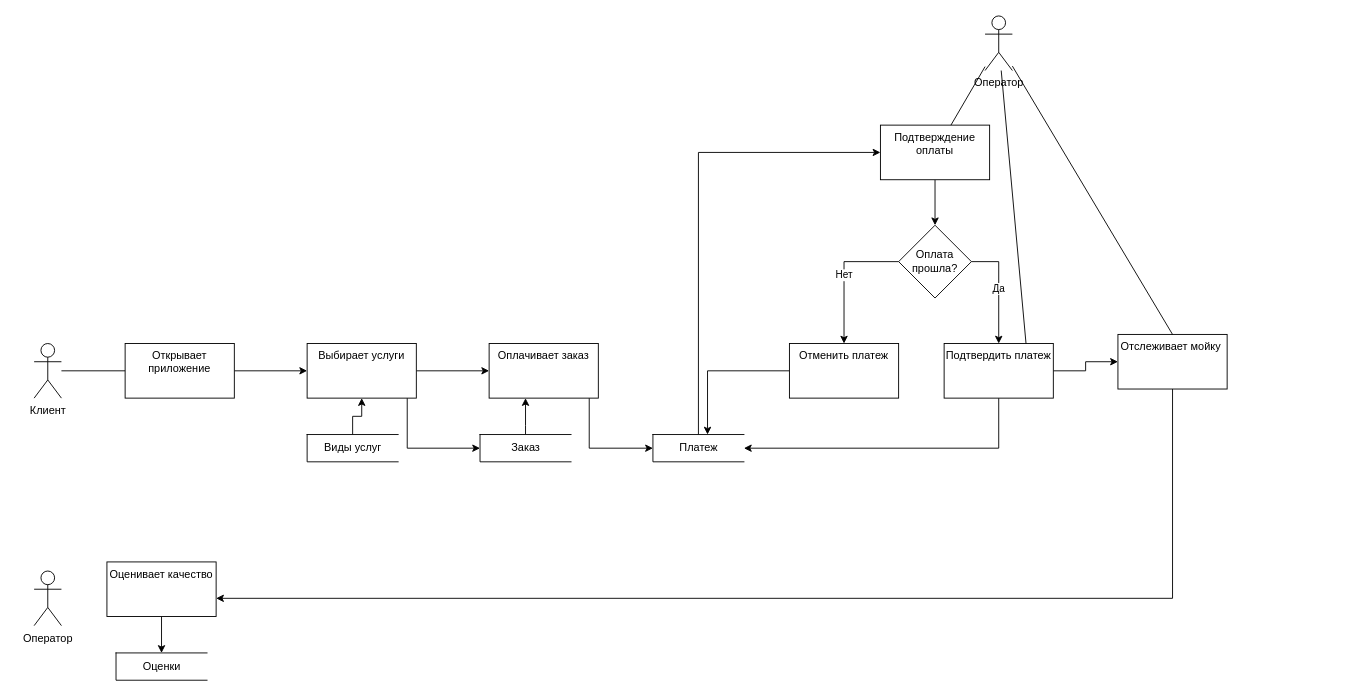
Before: page "DFD" (2 of 2) of Diagram_1.drawio in vitaliyepikhin/Automated-Car-Wash, a draw.io diagram. Source tidied: cells renumbered, new cells numbered last; positions are measured from the earlier drawing's top-left corner, leaving out a move shared by most shapes. Both pictures are drawn from the tidied source at 91%, with x=0, y=0 at pixel (34, 15).
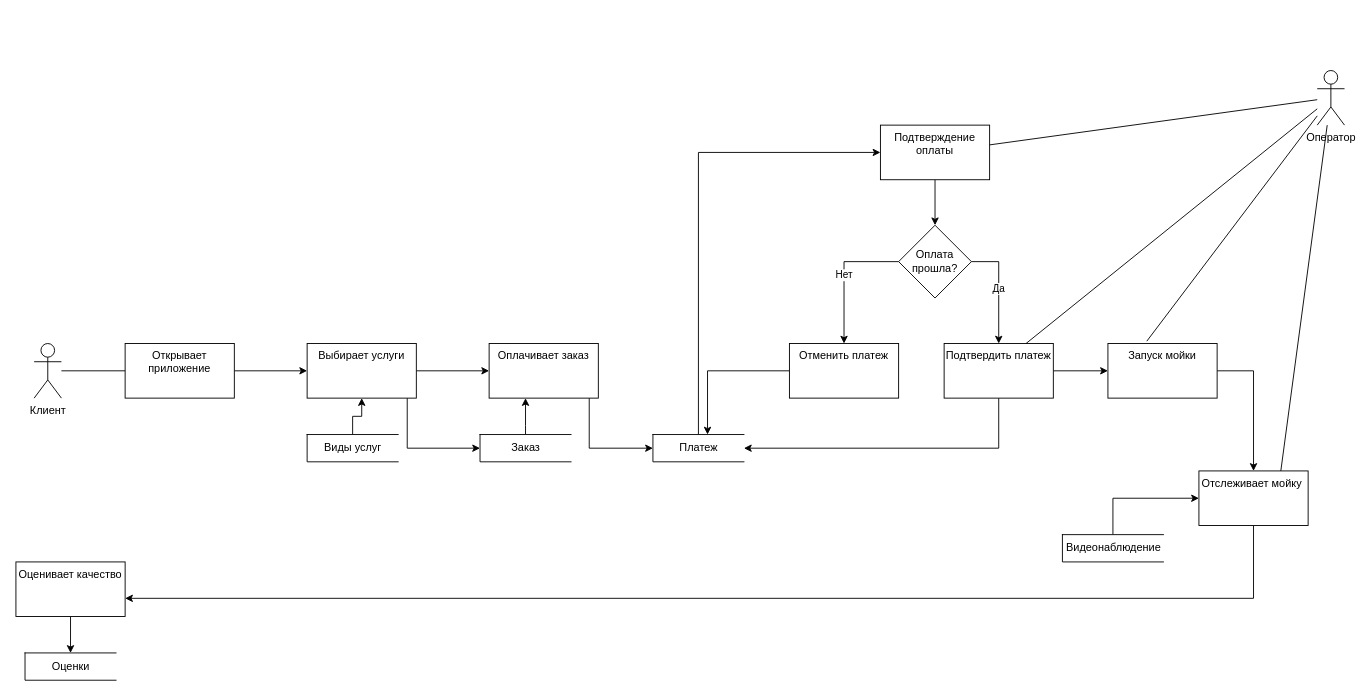
After the change.

The change refers to these unchanged cells:
```xml
<mxCell id="32" value="Подтвердить платеж" style="whiteSpace=wrap;html=1;verticalAlign=top;" parent="1" vertex="1">
  <mxGeometry x="1000" y="360" width="120" height="60" as="geometry" />
</mxCell>
```

Change to the diagram source:
```diff
@@
     <mxCell id="12" style="edgeStyle=orthogonalEdgeStyle;rounded=0;jettySize=auto;html=1;" parent="1" edge="1" source="13" target="15">
       <mxGeometry relative="1" as="geometry">
         <Array as="points">
-          <mxPoint x="1251" y="640" />
+          <mxPoint x="1340" y="640" />
         </Array>
       </mxGeometry>
     </mxCell>
     <mxCell id="13" value="Отслеживает мойку&amp;nbsp;" style="whiteSpace=wrap;html=1;verticalAlign=top;" parent="1" vertex="1">
-      <mxGeometry x="1191" y="350" width="120" height="60" as="geometry" />
+      <mxGeometry x="1280" y="500" width="120" height="60" as="geometry" />
     </mxCell>
@@
     <mxCell id="15" value="Оценивает качество" style="whiteSpace=wrap;html=1;verticalAlign=top;" parent="1" vertex="1">
-      <mxGeometry x="80" y="600" width="120" height="60" as="geometry" />
+      <mxGeometry x="-20" y="600" width="120" height="60" as="geometry" />
     </mxCell>
@@
     <mxCell id="18" value="Оператор" style="shape=umlActor;verticalLabelPosition=bottom;verticalAlign=top;html=1;outlineConnect=0;" parent="1" vertex="1">
-      <mxGeometry x="1045" width="30" height="60" as="geometry" />
+      <mxGeometry x="1410" y="60" width="30" height="60" as="geometry" />
     </mxCell>
     <mxCell id="19" value="Оценки" style="html=1;dashed=0;whitespace=wrap;shape=partialRectangle;right=0;" parent="1" vertex="1">
-      <mxGeometry x="90" y="700" width="100" height="30" as="geometry" />
+      <mxGeometry x="-10" y="700" width="100" height="30" as="geometry" />
     </mxCell>
@@
-    <mxCell id="24" value="Оператор" style="shape=umlActor;verticalLabelPosition=bottom;verticalAlign=top;html=1;" parent="1" vertex="1">
-      <mxGeometry y="610" width="30" height="60" as="geometry" />
-    </mxCell>
-    <mxCell id="25" style="endArrow=none;html=1;rounded=0;entryX=0.5;entryY=0;entryDx=0;entryDy=0;" parent="1" edge="1" source="18" target="13">
-      <mxGeometry relative="1" as="geometry" />
-    </mxCell>
@@
-    <mxCell id="31" style="edgeStyle=orthogonalEdgeStyle;rounded=0;jettySize=auto;html=1;" parent="1" edge="1" source="32" target="13">
-      <mxGeometry relative="1" as="geometry" />
-    </mxCell>
+    <mxCell id="37" style="edgeStyle=orthogonalEdgeStyle;rounded=0;jettySize=auto;html=1;" parent="1" edge="1" source="32" target="39">
+      <mxGeometry relative="1" as="geometry" />
+    </mxCell>
@@
+    <mxCell id="38" style="edgeStyle=orthogonalEdgeStyle;rounded=0;jettySize=auto;html=1;" parent="1" edge="1" source="39" target="13">
+      <mxGeometry relative="1" as="geometry">
+        <Array as="points">
+          <mxPoint x="1340" y="390" />
+        </Array>
+      </mxGeometry>
+    </mxCell>
+    <mxCell id="39" value="Запуск мойки" style="whiteSpace=wrap;html=1;verticalAlign=top;" parent="1" vertex="1">
+      <mxGeometry x="1180" y="360" width="120" height="60" as="geometry" />
+    </mxCell>
+    <mxCell id="40" style="edgeStyle=orthogonalEdgeStyle;rounded=0;jettySize=auto;html=1;entryX=0;entryY=0.5;entryDx=0;entryDy=0;" parent="1" edge="1" source="41" target="13">
+      <mxGeometry relative="1" as="geometry">
+        <Array as="points">
+          <mxPoint x="1186" y="530" />
+        </Array>
+      </mxGeometry>
+    </mxCell>
+    <mxCell id="41" value="Видеонаблюдение" style="html=1;dashed=0;whitespace=wrap;shape=partialRectangle;right=0;" parent="1" vertex="1">
+      <mxGeometry x="1130" y="570" width="111" height="30" as="geometry" />
+    </mxCell>
+    <mxCell id="42" style="endArrow=none;html=1;rounded=0;entryX=0.356;entryY=-0.043;entryDx=0;entryDy=0;entryPerimeter=0;" parent="1" edge="1" source="18" target="39">
+      <mxGeometry relative="1" as="geometry" />
+    </mxCell>
+    <mxCell id="25" style="endArrow=none;html=1;rounded=0;entryX=0.75;entryY=0;entryDx=0;entryDy=0;" parent="1" edge="1" source="18" target="13">
+      <mxGeometry relative="1" as="geometry" />
+    </mxCell>
```
